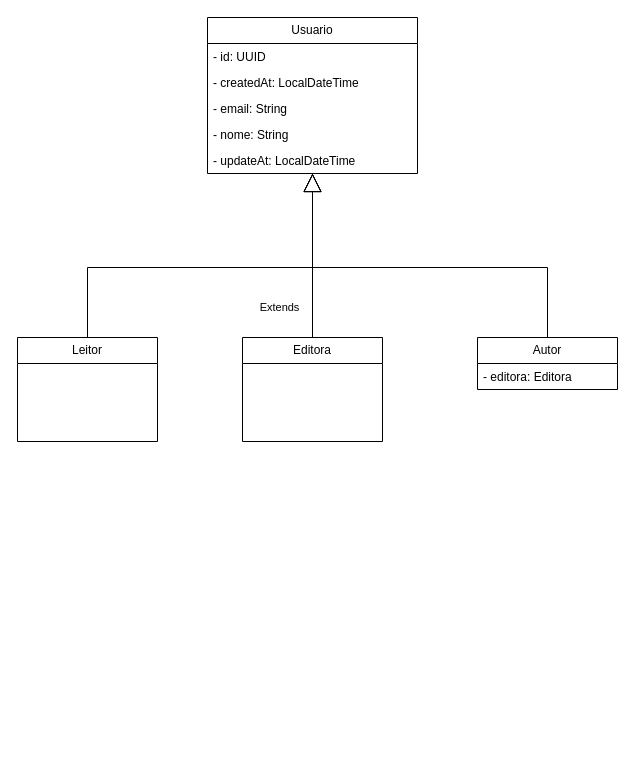
Above: documentacao/diagramas/usuarios.drawio in Frm2003/mangafy (draw.io), before the change. Source tidied: cells renumbered, new cells numbered last; positions are measured from the earlier drawing's top-left corner, leaving out a move shared by most shapes. Both pictures are drawn from the tidied source at 100%, with x=0, y=0 at pixel (17, 17).
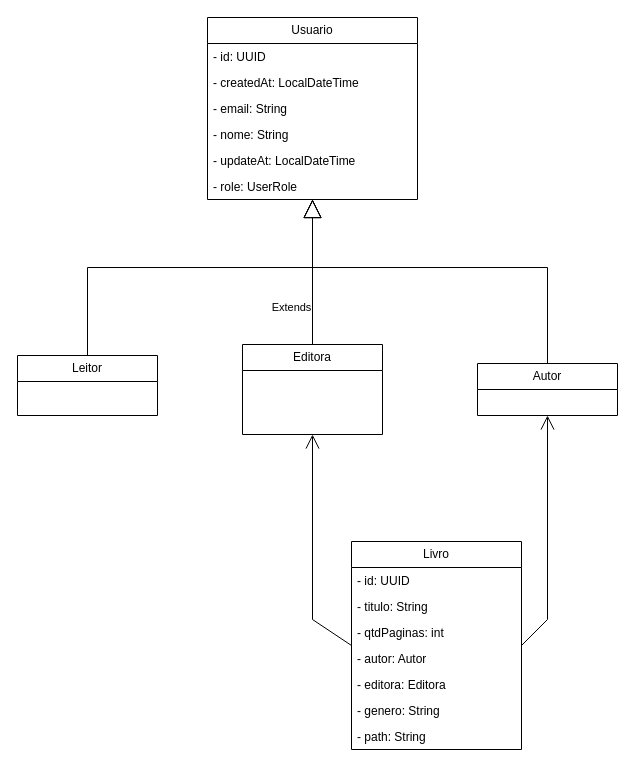
The same page after the edit.

The edit, as a diff of the source:
```diff
@@
     <mxCell id="2" value="Usuario" style="swimlane;fontStyle=0;horizontal=1;startSize=26;fillColor=none;whiteSpace=wrap;html=1;" parent="1" vertex="1">
-      <mxGeometry x="190" width="210" height="156" as="geometry" />
+      <mxGeometry x="190" width="210" height="182" as="geometry" />
     </mxCell>
@@
+    <mxCell id="15" value="- role: UserRole" style="text;strokeColor=none;fillColor=none;align=left;verticalAlign=top;spacingLeft=4;spacingRight=4;overflow=hidden;whiteSpace=wrap;html=1;" parent="2" vertex="1">
+      <mxGeometry y="156" width="210" height="26" as="geometry" />
+    </mxCell>
     <mxCell id="8" value="Leitor" style="swimlane;fontStyle=0;horizontal=1;startSize=26;fillColor=none;whiteSpace=wrap;html=1;" parent="1" vertex="1">
-      <mxGeometry y="320" width="140" height="104" as="geometry" />
+      <mxGeometry y="338" width="140" height="60" as="geometry" />
     </mxCell>
     <mxCell id="9" value="Autor" style="swimlane;fontStyle=0;horizontal=1;startSize=26;fillColor=none;whiteSpace=wrap;html=1;" parent="1" vertex="1">
-      <mxGeometry x="460" y="320" width="140" height="52" as="geometry" />
+      <mxGeometry x="460" y="346" width="140" height="52" as="geometry" />
     </mxCell>
-    <mxCell id="10" value="- editora: Editora" style="text;strokeColor=none;fillColor=none;align=left;verticalAlign=top;spacingLeft=4;spacingRight=4;overflow=hidden;whiteSpace=wrap;html=1;" parent="9" vertex="1">
-      <mxGeometry y="26" width="140" height="26" as="geometry" />
-    </mxCell>
     <mxCell id="11" value="Extends" style="endArrow=block;endSize=16;endFill=0;html=1;rounded=0;exitX=0.5;exitY=0;exitDx=0;exitDy=0;entryX=0.5;entryY=1;entryDx=0;entryDy=0;" parent="1" edge="1" source="8" target="2">
-      <mxGeometry x="0.45" y="-20" relative="1" as="geometry">
+      <mxGeometry x="0.64" y="-20" relative="1" as="geometry">
         <Array as="points">
           <mxPoint x="70" y="250" />
           <mxPoint x="295" y="250" />
         </Array>
         <mxPoint x="-20" y="20" as="offset" />
       </mxGeometry>
     </mxCell>
@@
     <mxCell id="13" value="Editora" style="swimlane;fontStyle=0;horizontal=1;startSize=26;fillColor=none;whiteSpace=wrap;html=1;" parent="1" vertex="1">
-      <mxGeometry x="225" y="320" width="140" height="104" as="geometry" />
+      <mxGeometry x="225" y="327" width="140" height="90" as="geometry" />
     </mxCell>
@@
+    <mxCell id="16" value="Livro" style="swimlane;fontStyle=0;horizontal=1;startSize=26;fillColor=none;whiteSpace=wrap;html=1;" parent="1" vertex="1">
+      <mxGeometry x="334" y="524" width="170" height="208" as="geometry" />
+    </mxCell>
+    <mxCell id="17" value="- id: UUID" style="text;strokeColor=none;fillColor=none;align=left;verticalAlign=top;spacingLeft=4;spacingRight=4;overflow=hidden;whiteSpace=wrap;html=1;" parent="16" vertex="1">
+      <mxGeometry y="26" width="170" height="26" as="geometry" />
+    </mxCell>
+    <mxCell id="18" value="- titulo: String" style="text;strokeColor=none;fillColor=none;align=left;verticalAlign=top;spacingLeft=4;spacingRight=4;overflow=hidden;whiteSpace=wrap;html=1;" parent="16" vertex="1">
+      <mxGeometry y="52" width="170" height="26" as="geometry" />
+    </mxCell>
+    <mxCell id="19" value="- qtdPaginas: int" style="text;strokeColor=none;fillColor=none;align=left;verticalAlign=top;spacingLeft=4;spacingRight=4;overflow=hidden;whiteSpace=wrap;html=1;" parent="16" vertex="1">
+      <mxGeometry y="78" width="170" height="26" as="geometry" />
+    </mxCell>
+    <mxCell id="20" value="- autor: Autor&lt;div&gt;&lt;br&gt;&lt;/div&gt;" style="text;strokeColor=none;fillColor=none;align=left;verticalAlign=top;spacingLeft=4;spacingRight=4;overflow=hidden;whiteSpace=wrap;html=1;" parent="16" vertex="1">
+      <mxGeometry y="104" width="170" height="26" as="geometry" />
+    </mxCell>
+    <mxCell id="10" value="&lt;div&gt;- editora: Editora&lt;/div&gt;" style="text;strokeColor=none;fillColor=none;align=left;verticalAlign=top;spacingLeft=4;spacingRight=4;overflow=hidden;whiteSpace=wrap;html=1;" parent="16" vertex="1">
+      <mxGeometry y="130" width="170" height="26" as="geometry" />
+    </mxCell>
+    <mxCell id="21" value="- genero: String" style="text;strokeColor=none;fillColor=none;align=left;verticalAlign=top;spacingLeft=4;spacingRight=4;overflow=hidden;whiteSpace=wrap;html=1;" parent="16" vertex="1">
+      <mxGeometry y="156" width="170" height="26" as="geometry" />
+    </mxCell>
+    <mxCell id="22" value="- path: String" style="text;strokeColor=none;fillColor=none;align=left;verticalAlign=top;spacingLeft=4;spacingRight=4;overflow=hidden;whiteSpace=wrap;html=1;" parent="16" vertex="1">
+      <mxGeometry y="182" width="170" height="26" as="geometry" />
+    </mxCell>
+    <mxCell id="23" style="endArrow=open;endFill=1;endSize=12;html=1;rounded=0;entryX=0.5;entryY=1;entryDx=0;entryDy=0;exitX=1;exitY=0.5;exitDx=0;exitDy=0;" parent="1" edge="1" source="16" target="9">
+      <mxGeometry relative="1" as="geometry">
+        <Array as="points">
+          <mxPoint x="530" y="602" />
+        </Array>
+      </mxGeometry>
+    </mxCell>
+    <mxCell id="24" style="endArrow=open;endFill=1;endSize=12;html=1;rounded=0;entryX=0.5;entryY=1;entryDx=0;entryDy=0;exitX=0;exitY=0.5;exitDx=0;exitDy=0;" parent="1" edge="1" source="16" target="13">
+      <mxGeometry relative="1" as="geometry">
+        <Array as="points">
+          <mxPoint x="295" y="602" />
+        </Array>
+      </mxGeometry>
+    </mxCell>
```
